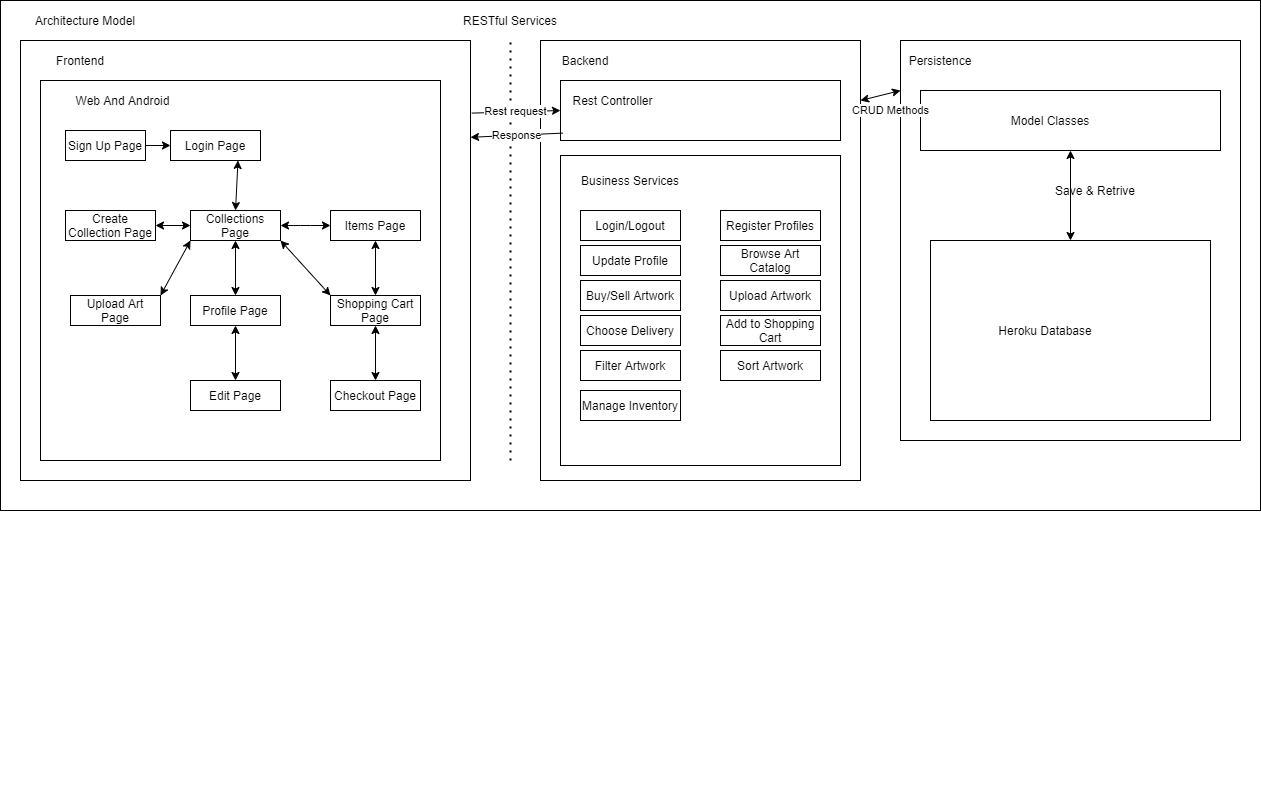
The draw.io diagram images/Architectural Model.png in McGill-ECSE321-Fall2020/project-group-02, before a commit. Source tidied: cells renumbered, new cells last; positions are measured from the earlier drawing's top-left corner, leaving out a move shared by most shapes.
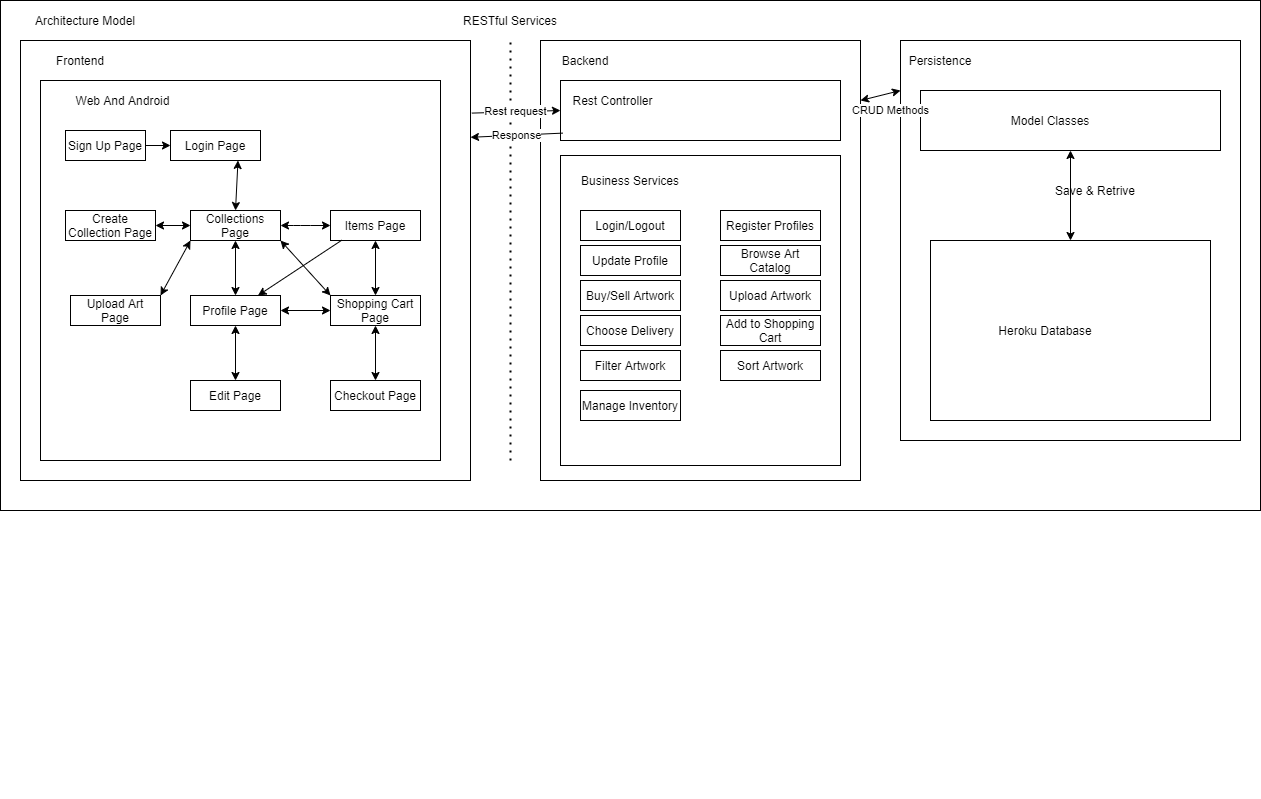
After the commit.

Commit message:
Editted the Architectural Model

Diff of the diagram source:
```diff
@@ -194,5 +194,11 @@
         <mxPoint x="900" y="90" as="targetPoint" />
       </mxGeometry>
     </mxCell>
+    <mxCell id="60" style="endArrow=classic;html=1;entryX=0.75;entryY=0;entryDx=0;entryDy=0;exitX=0.124;exitY=0.993;exitDx=0;exitDy=0;exitPerimeter=0;" parent="1" edge="1" source="30" target="26">
+      <mxGeometry relative="1" as="geometry" />
+    </mxCell>
+    <mxCell id="61" style="endArrow=classic;startArrow=classic;html=1;exitX=1;exitY=0.5;exitDx=0;exitDy=0;entryX=0;entryY=0.5;entryDx=0;entryDy=0;" parent="1" edge="1" source="26" target="31">
+      <mxGeometry relative="1" as="geometry" />
+    </mxCell>
   </root>
 </mxGraphModel>
```
